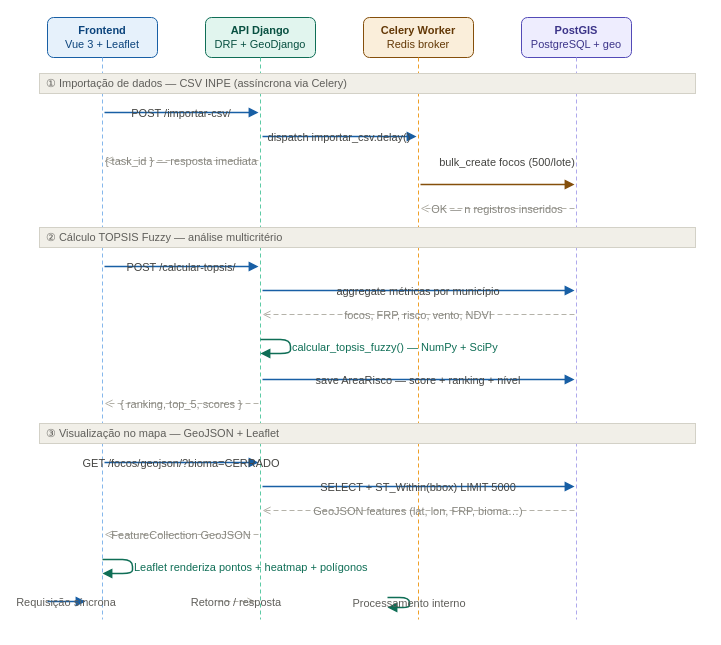
Earlier version of the draw.io diagram docs/diagrama-sequencia-queimadas.drawio (rogeriocerqueira/ignisGeo). Source tidied: cells renumbered, new cells numbered last; positions are measured from the earlier drawing's top-left corner, leaving out a move shared by most shapes. Both pictures are drawn from the tidied source at 100%, with x=0, y=0 at pixel (39, 17).
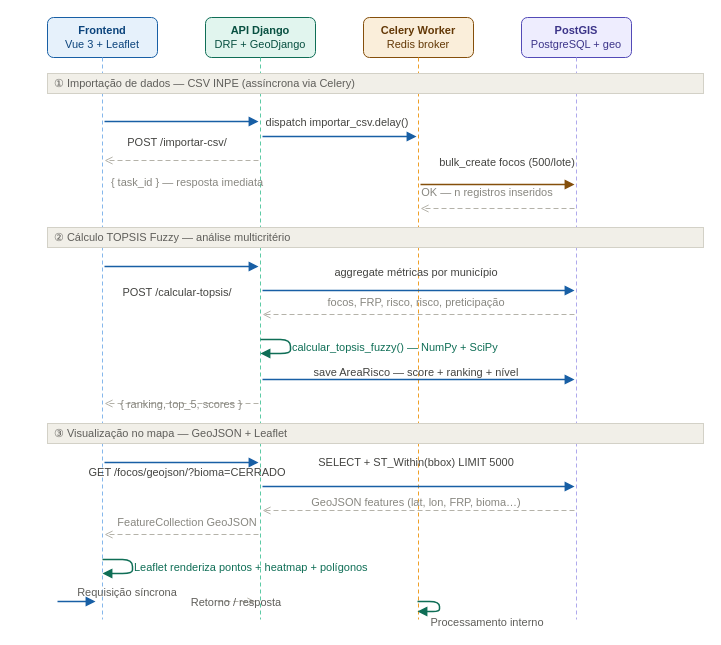
The same page after the edit.

Commit message (it also covers changes not shown here):
update sequence diagram and diagrama layers.

Change to the diagram source:
```diff
@@
     <mxCell id="10" value="① Importação de dados — CSV INPE (assíncrona via Celery)" style="text;html=1;strokeColor=#D3D1C7;fillColor=#F1EFE8;align=left;verticalAlign=middle;spacingLeft=5;fontSize=11;fontColor=#5F5E5A;" parent="1" vertex="1">
-      <mxGeometry y="56" width="656" height="20" as="geometry" />
+      <mxGeometry x="8" y="56" width="656" height="20" as="geometry" />
     </mxCell>
     <mxCell id="11" value="POST /importar-csv/" style="endArrow=block;endFill=1;strokeColor=#185FA5;strokeWidth=1.5;fontSize=11;fontColor=#444441;labelBackgroundColor=none;" parent="1" edge="1">
-      <mxGeometry relative="1" as="geometry">
-        <mxPoint x="65" y="95" as="sourcePoint" />
-        <mxPoint x="219" y="95" as="targetPoint" />
+      <mxGeometry x="-0.05" y="-20" relative="1" as="geometry">
+        <mxPoint x="65" y="104" as="sourcePoint" />
+        <mxPoint x="219" y="104" as="targetPoint" />
       </mxGeometry>
     </mxCell>
     <mxCell id="12" value="dispatch importar_csv.delay()" style="endArrow=block;endFill=1;strokeColor=#185FA5;strokeWidth=1.5;fontSize=11;fontColor=#444441;labelBackgroundColor=none;" parent="1" edge="1">
-      <mxGeometry relative="1" as="geometry">
+      <mxGeometry x="-0.03" y="15" relative="1" as="geometry">
         <mxPoint x="223" y="119" as="sourcePoint" />
         <mxPoint x="377" y="119" as="targetPoint" />
       </mxGeometry>
     </mxCell>
     <mxCell id="13" value="{ task_id } — resposta imediata" style="endArrow=open;endFill=0;dashed=1;dashPattern=5 3;strokeColor=#B4B2A9;strokeWidth=1;fontSize=11;fontColor=#888780;labelBackgroundColor=none;" parent="1" edge="1">
-      <mxGeometry relative="1" as="geometry">
+      <mxGeometry x="-0.08" y="21" relative="1" as="geometry">
         <mxPoint x="219" y="143" as="sourcePoint" />
         <mxPoint x="65" y="143" as="targetPoint" />
       </mxGeometry>
     </mxCell>
@@
     <mxCell id="15" value="OK — n registros inseridos" style="endArrow=open;endFill=0;dashed=1;dashPattern=5 3;strokeColor=#B4B2A9;strokeWidth=1;fontSize=11;fontColor=#888780;labelBackgroundColor=none;" parent="1" edge="1">
-      <mxGeometry relative="1" as="geometry">
+      <mxGeometry x="0.13" y="-17" relative="1" as="geometry">
         <mxPoint x="535" y="191" as="sourcePoint" />
         <mxPoint x="381" y="191" as="targetPoint" />
       </mxGeometry>
     </mxCell>
     <mxCell id="16" value="② Cálculo TOPSIS Fuzzy — análise multicritério" style="text;html=1;strokeColor=#D3D1C7;fillColor=#F1EFE8;align=left;verticalAlign=middle;spacingLeft=5;fontSize=11;fontColor=#5F5E5A;" parent="1" vertex="1">
-      <mxGeometry y="210" width="656" height="20" as="geometry" />
+      <mxGeometry x="8" y="210" width="656" height="20" as="geometry" />
     </mxCell>
     <mxCell id="17" value="POST /calcular-topsis/" style="endArrow=block;endFill=1;strokeColor=#185FA5;strokeWidth=1.5;fontSize=11;fontColor=#444441;labelBackgroundColor=none;" parent="1" edge="1">
-      <mxGeometry relative="1" as="geometry">
+      <mxGeometry x="-0.05" y="-25" relative="1" as="geometry">
         <mxPoint x="65" y="249" as="sourcePoint" />
         <mxPoint x="219" y="249" as="targetPoint" />
       </mxGeometry>
     </mxCell>
     <mxCell id="18" value="aggregate métricas por município" style="endArrow=block;endFill=1;strokeColor=#185FA5;strokeWidth=1.5;fontSize=11;fontColor=#444441;labelBackgroundColor=none;" parent="1" edge="1">
-      <mxGeometry relative="1" as="geometry">
+      <mxGeometry x="-0.01" y="19" relative="1" as="geometry">
         <mxPoint x="223" y="273" as="sourcePoint" />
         <mxPoint x="535" y="273" as="targetPoint" />
       </mxGeometry>
     </mxCell>
-    <mxCell id="19" value="focos, FRP, risco, vento, NDVI" style="endArrow=open;endFill=0;dashed=1;dashPattern=5 3;strokeColor=#B4B2A9;strokeWidth=1;fontSize=11;fontColor=#888780;labelBackgroundColor=none;" parent="1" edge="1">
-      <mxGeometry relative="1" as="geometry">
+    <mxCell id="19" value="focos, FRP, risco, risco, preticipação" style="endArrow=open;endFill=0;dashed=1;dashPattern=5 3;strokeColor=#B4B2A9;strokeWidth=1;fontSize=11;fontColor=#888780;labelBackgroundColor=none;" parent="1" edge="1">
+      <mxGeometry x="0.01" y="-13" relative="1" as="geometry">
         <mxPoint x="535" y="297" as="sourcePoint" />
         <mxPoint x="223" y="297" as="targetPoint" />
       </mxGeometry>
     </mxCell>
@@
     <mxCell id="21" value="save AreaRisco — score + ranking + nível" style="endArrow=block;endFill=1;strokeColor=#185FA5;strokeWidth=1.5;fontSize=11;fontColor=#444441;labelBackgroundColor=none;" parent="1" edge="1">
-      <mxGeometry relative="1" as="geometry">
+      <mxGeometry x="-0.01" y="8" relative="1" as="geometry">
         <mxPoint x="223" y="362" as="sourcePoint" />
         <mxPoint x="535" y="362" as="targetPoint" />
       </mxGeometry>
     </mxCell>
@@
     <mxCell id="23" value="③ Visualização no mapa — GeoJSON + Leaflet" style="text;html=1;strokeColor=#D3D1C7;fillColor=#F1EFE8;align=left;verticalAlign=middle;spacingLeft=5;fontSize=11;fontColor=#5F5E5A;" parent="1" vertex="1">
-      <mxGeometry y="406" width="656" height="20" as="geometry" />
+      <mxGeometry x="8" y="406" width="656" height="20" as="geometry" />
     </mxCell>
     <mxCell id="24" value="GET /focos/geojson/?bioma=CERRADO" style="endArrow=block;endFill=1;strokeColor=#185FA5;strokeWidth=1.5;fontSize=11;fontColor=#444441;labelBackgroundColor=none;" parent="1" edge="1">
-      <mxGeometry relative="1" as="geometry">
+      <mxGeometry x="0.08" y="-9" relative="1" as="geometry">
         <mxPoint x="65" y="445" as="sourcePoint" />
         <mxPoint x="219" y="445" as="targetPoint" />
       </mxGeometry>
     </mxCell>
     <mxCell id="25" value="SELECT + ST_Within(bbox) LIMIT 5000" style="endArrow=block;endFill=1;strokeColor=#185FA5;strokeWidth=1.5;fontSize=11;fontColor=#444441;labelBackgroundColor=none;" parent="1" edge="1">
-      <mxGeometry relative="1" as="geometry">
+      <mxGeometry x="-0.01" y="25" relative="1" as="geometry">
         <mxPoint x="223" y="469" as="sourcePoint" />
         <mxPoint x="535" y="469" as="targetPoint" />
       </mxGeometry>
     </mxCell>
     <mxCell id="26" value="GeoJSON features (lat, lon, FRP, bioma…)" style="endArrow=open;endFill=0;dashed=1;dashPattern=5 3;strokeColor=#B4B2A9;strokeWidth=1;fontSize=11;fontColor=#888780;labelBackgroundColor=none;" parent="1" edge="1">
-      <mxGeometry relative="1" as="geometry">
+      <mxGeometry x="0.01" y="-9" relative="1" as="geometry">
         <mxPoint x="535" y="493" as="sourcePoint" />
         <mxPoint x="223" y="493" as="targetPoint" />
       </mxGeometry>
     </mxCell>
     <mxCell id="27" value="FeatureCollection GeoJSON" style="endArrow=open;endFill=0;dashed=1;dashPattern=5 3;strokeColor=#B4B2A9;strokeWidth=1;fontSize=11;fontColor=#888780;labelBackgroundColor=none;" parent="1" edge="1">
-      <mxGeometry relative="1" as="geometry">
+      <mxGeometry x="-0.08" y="-13" relative="1" as="geometry">
         <mxPoint x="219" y="517" as="sourcePoint" />
         <mxPoint x="65" y="517" as="targetPoint" />
       </mxGeometry>
     </mxCell>
@@
     <mxCell id="29" value="Requisição síncrona" style="endArrow=block;endFill=1;strokeColor=#185FA5;strokeWidth=1.5;fontSize=11;fontColor=#5F5E5A;labelBackgroundColor=none;" parent="1" edge="1">
-      <mxGeometry relative="1" as="geometry">
-        <mxPoint x="8" y="584" as="sourcePoint" />
-        <mxPoint x="46" y="584" as="targetPoint" />
+      <mxGeometry x="1" y="34" relative="1" as="geometry">
+        <mxPoint x="18" y="584" as="sourcePoint" />
+        <mxPoint x="56" y="584" as="targetPoint" />
+        <Array as="points">
+          <mxPoint x="28" y="584" />
+          <mxPoint x="18" y="584" />
+        </Array>
+        <mxPoint x="32" y="24" as="offset" />
       </mxGeometry>
     </mxCell>
     <mxCell id="30" value="Retorno / resposta" style="endArrow=open;endFill=0;dashed=1;dashPattern=5 3;strokeColor=#B4B2A9;strokeWidth=1;fontSize=11;fontColor=#5F5E5A;labelBackgroundColor=none;" parent="1" edge="1">
       <mxGeometry relative="1" as="geometry">
         <mxPoint x="178" y="584" as="sourcePoint" />
         <mxPoint x="216" y="584" as="targetPoint" />
+        <Array as="points">
+          <mxPoint x="178" y="584" />
+        </Array>
       </mxGeometry>
     </mxCell>
     <mxCell id="31" value="Processamento interno" style="endArrow=block;endFill=1;strokeColor=#0F6E56;strokeWidth=1.5;fontSize=11;fontColor=#5F5E5A;labelBackgroundColor=none;" parent="1" edge="1">
-      <mxGeometry relative="1" as="geometry">
-        <mxPoint x="348" y="580" as="sourcePoint" />
-        <mxPoint x="348" y="590" as="targetPoint" />
+      <mxGeometry x="0.19" y="49" relative="1" as="geometry">
+        <mxPoint x="378" y="584" as="sourcePoint" />
+        <mxPoint x="378" y="594" as="targetPoint" />
         <Array as="points">
-          <mxPoint x="370" y="580" />
-          <mxPoint x="370" y="590" />
+          <mxPoint x="400" y="584" />
+          <mxPoint x="400" y="594" />
         </Array>
+        <mxPoint x="48" y="-39" as="offset" />
       </mxGeometry>
     </mxCell>
```
